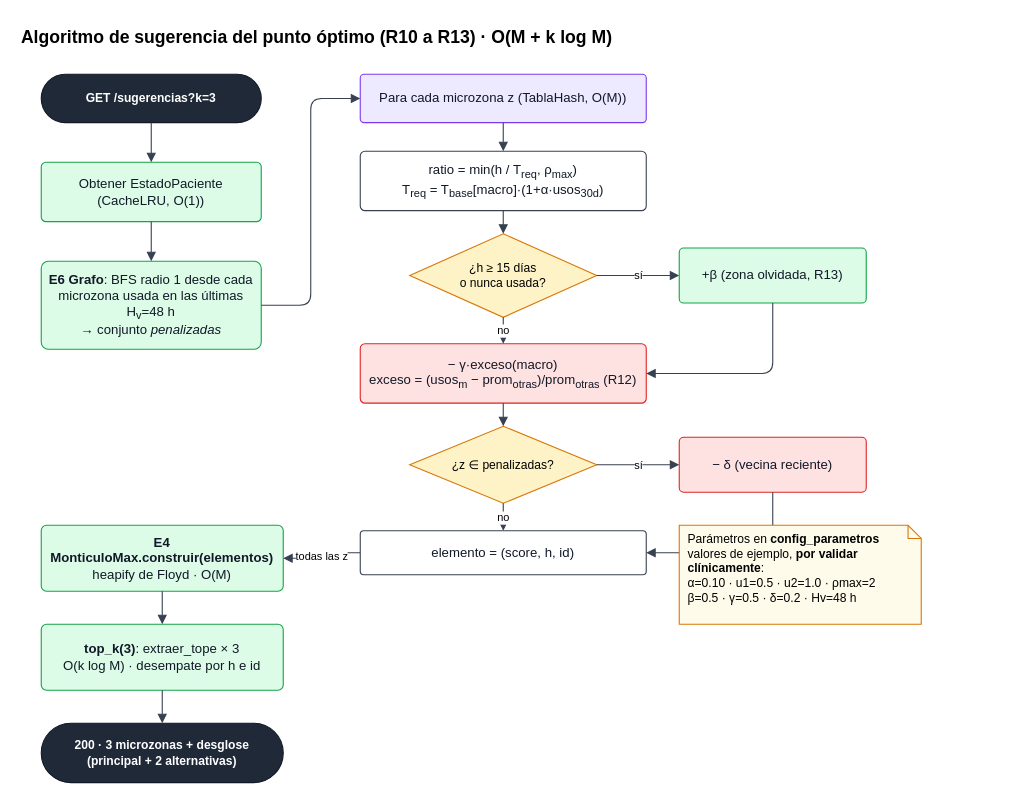
The draw.io diagram docs/images/flujo-sugerencia.drawio in NicoalsD/Insumap-backend, before the edit. Source tidied: cells renumbered, new cells numbered last; positions are measured from the earlier drawing's top-left corner, leaving out a move shared by most shapes. Both pictures are drawn from the tidied source at 110%, with x=0, y=0 at pixel (19, 19).
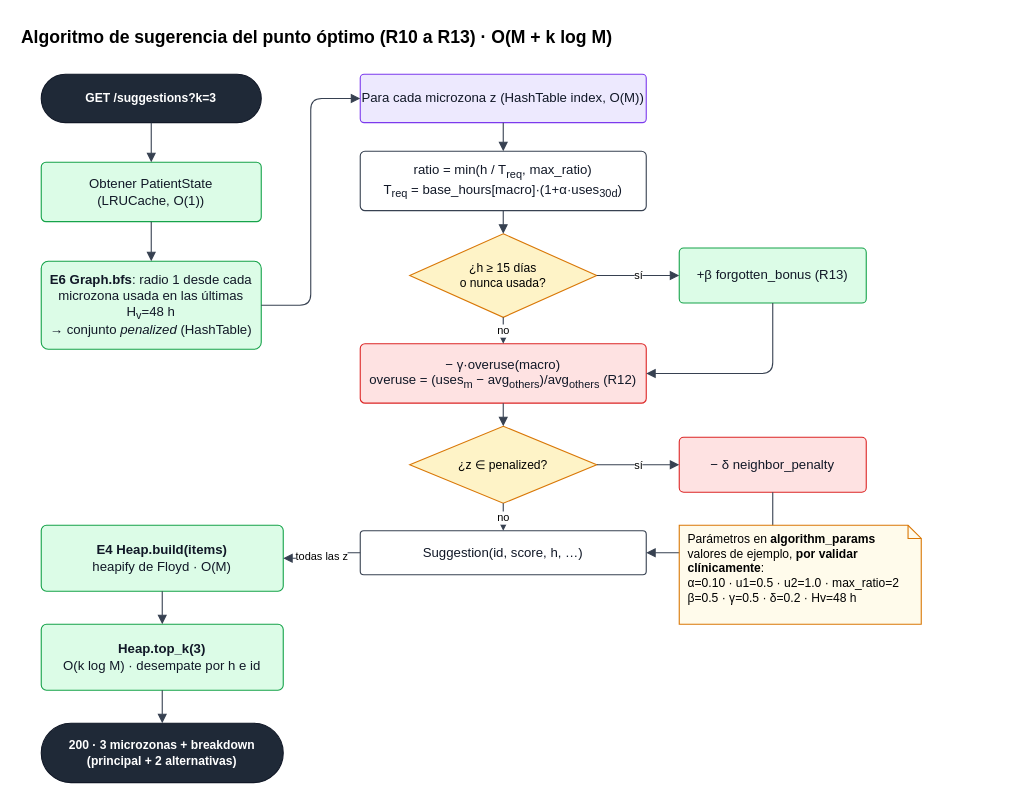
After the change.

Diff of the diagram source:
```diff
@@
-    <mxCell id="3" value="GET /sugerencias?k=3" style="rounded=1;arcSize=50;whiteSpace=wrap;html=1;fillColor=#1F2937;strokeColor=#111827;fontColor=#FFFFFF;fontFamily=Helvetica;fontSize=11;fontStyle=1;" parent="1" vertex="1">
+    <mxCell id="3" value="GET /suggestions?k=3" style="rounded=1;arcSize=50;whiteSpace=wrap;html=1;fillColor=#1F2937;strokeColor=#111827;fontColor=#FFFFFF;fontFamily=Helvetica;fontSize=11;fontStyle=1;" parent="1" vertex="1">
       <mxGeometry x="20" y="50" width="200" height="44" as="geometry" />
     </mxCell>
-    <mxCell id="4" value="Obtener EstadoPaciente&lt;br&gt;(CacheLRU, O(1))" style="rounded=1;whiteSpace=wrap;html=1;arcSize=8;fillColor=#DCFCE7;strokeColor=#16A34A;fontColor=#111827;fontFamily=Helvetica;fontSize=12;" parent="1" vertex="1">
+    <mxCell id="4" value="Obtener PatientState&lt;br&gt;(LRUCache, O(1))" style="rounded=1;whiteSpace=wrap;html=1;arcSize=8;fillColor=#DCFCE7;strokeColor=#16A34A;fontColor=#111827;fontFamily=Helvetica;fontSize=12;" parent="1" vertex="1">
       <mxGeometry x="20" y="130" width="200" height="54" as="geometry" />
     </mxCell>
-    <mxCell id="5" value="&lt;b&gt;E6 Grafo&lt;/b&gt;: BFS radio 1 desde cada&lt;br&gt;microzona usada en las últimas H&lt;sub&gt;v&lt;/sub&gt;=48 h&lt;br&gt;→ conjunto &lt;i&gt;penalizadas&lt;/i&gt;" style="rounded=1;whiteSpace=wrap;html=1;arcSize=8;fillColor=#DCFCE7;strokeColor=#16A34A;fontColor=#111827;fontFamily=Helvetica;fontSize=12;" parent="1" vertex="1">
+    <mxCell id="5" value="&lt;b&gt;E6 Graph.bfs&lt;/b&gt;: radio 1 desde cada&lt;br&gt;microzona usada en las últimas H&lt;sub&gt;v&lt;/sub&gt;=48 h&lt;br&gt;→ conjunto &lt;i&gt;penalized&lt;/i&gt; (HashTable)" style="rounded=1;whiteSpace=wrap;html=1;arcSize=8;fillColor=#DCFCE7;strokeColor=#16A34A;fontColor=#111827;fontFamily=Helvetica;fontSize=12;" parent="1" vertex="1">
       <mxGeometry x="20" y="220" width="200" height="80" as="geometry" />
     </mxCell>
-    <mxCell id="6" value="Para cada microzona z (TablaHash, O(M))" style="rounded=1;whiteSpace=wrap;html=1;arcSize=8;fillColor=#EDE9FE;strokeColor=#7C3AED;fontColor=#111827;fontFamily=Helvetica;fontSize=12;" parent="1" vertex="1">
+    <mxCell id="6" value="Para cada microzona z (HashTable index, O(M))" style="rounded=1;whiteSpace=wrap;html=1;arcSize=8;fillColor=#EDE9FE;strokeColor=#7C3AED;fontColor=#111827;fontFamily=Helvetica;fontSize=12;" parent="1" vertex="1">
       <mxGeometry x="310" y="50" width="260" height="44" as="geometry" />
     </mxCell>
-    <mxCell id="7" value="ratio = min(h / T&lt;sub&gt;req&lt;/sub&gt;, ρ&lt;sub&gt;max&lt;/sub&gt;)&lt;br&gt;T&lt;sub&gt;req&lt;/sub&gt; = T&lt;sub&gt;base&lt;/sub&gt;[macro]·(1+α·usos&lt;sub&gt;30d&lt;/sub&gt;)" style="rounded=1;whiteSpace=wrap;html=1;arcSize=8;fillColor=#FFFFFF;strokeColor=#374151;fontColor=#111827;fontFamily=Helvetica;fontSize=12;" parent="1" vertex="1">
+    <mxCell id="7" value="ratio = min(h / T&lt;sub&gt;req&lt;/sub&gt;, max_ratio)&lt;br&gt;T&lt;sub&gt;req&lt;/sub&gt; = base_hours[macro]·(1+α·uses&lt;sub&gt;30d&lt;/sub&gt;)" style="rounded=1;whiteSpace=wrap;html=1;arcSize=8;fillColor=#FFFFFF;strokeColor=#374151;fontColor=#111827;fontFamily=Helvetica;fontSize=12;" parent="1" vertex="1">
       <mxGeometry x="310" y="120" width="260" height="54" as="geometry" />
     </mxCell>
@@
-    <mxCell id="9" value="+β (zona olvidada, R13)" style="rounded=1;whiteSpace=wrap;html=1;arcSize=8;fillColor=#DCFCE7;strokeColor=#16A34A;fontColor=#111827;fontFamily=Helvetica;fontSize=12;" parent="1" vertex="1">
+    <mxCell id="9" value="+β forgotten_bonus (R13)" style="rounded=1;whiteSpace=wrap;html=1;arcSize=8;fillColor=#DCFCE7;strokeColor=#16A34A;fontColor=#111827;fontFamily=Helvetica;fontSize=12;" parent="1" vertex="1">
       <mxGeometry x="600" y="208" width="170" height="50" as="geometry" />
     </mxCell>
-    <mxCell id="10" value="− γ·exceso(macro)&lt;br&gt;exceso = (usos&lt;sub&gt;m&lt;/sub&gt; − prom&lt;sub&gt;otras&lt;/sub&gt;)/prom&lt;sub&gt;otras&lt;/sub&gt; (R12)" style="rounded=1;whiteSpace=wrap;html=1;arcSize=8;fillColor=#FEE2E2;strokeColor=#DC2626;fontColor=#111827;fontFamily=Helvetica;fontSize=12;" parent="1" vertex="1">
+    <mxCell id="10" value="− γ·overuse(macro)&lt;br&gt;overuse = (uses&lt;sub&gt;m&lt;/sub&gt; − avg&lt;sub&gt;others&lt;/sub&gt;)/avg&lt;sub&gt;others&lt;/sub&gt; (R12)" style="rounded=1;whiteSpace=wrap;html=1;arcSize=8;fillColor=#FEE2E2;strokeColor=#DC2626;fontColor=#111827;fontFamily=Helvetica;fontSize=12;" parent="1" vertex="1">
       <mxGeometry x="310" y="295" width="260" height="54" as="geometry" />
     </mxCell>
-    <mxCell id="11" value="¿z ∈ penalizadas?" style="rhombus;whiteSpace=wrap;html=1;fillColor=#FEF3C7;strokeColor=#D97706;fontFamily=Helvetica;fontSize=11;" parent="1" vertex="1">
+    <mxCell id="11" value="¿z ∈ penalized?" style="rhombus;whiteSpace=wrap;html=1;fillColor=#FEF3C7;strokeColor=#D97706;fontFamily=Helvetica;fontSize=11;" parent="1" vertex="1">
       <mxGeometry x="355" y="370" width="170" height="70" as="geometry" />
     </mxCell>
-    <mxCell id="12" value="− δ (vecina reciente)" style="rounded=1;whiteSpace=wrap;html=1;arcSize=8;fillColor=#FEE2E2;strokeColor=#DC2626;fontColor=#111827;fontFamily=Helvetica;fontSize=12;" parent="1" vertex="1">
+    <mxCell id="12" value="− δ neighbor_penalty" style="rounded=1;whiteSpace=wrap;html=1;arcSize=8;fillColor=#FEE2E2;strokeColor=#DC2626;fontColor=#111827;fontFamily=Helvetica;fontSize=12;" parent="1" vertex="1">
       <mxGeometry x="600" y="380" width="170" height="50" as="geometry" />
     </mxCell>
-    <mxCell id="13" value="elemento = (score, h, id)" style="rounded=1;whiteSpace=wrap;html=1;arcSize=8;fillColor=#FFFFFF;strokeColor=#374151;fontColor=#111827;fontFamily=Helvetica;fontSize=12;" parent="1" vertex="1">
+    <mxCell id="13" value="Suggestion(id, score, h, …)" style="rounded=1;whiteSpace=wrap;html=1;arcSize=8;fillColor=#FFFFFF;strokeColor=#374151;fontColor=#111827;fontFamily=Helvetica;fontSize=12;" parent="1" vertex="1">
       <mxGeometry x="310" y="465" width="260" height="40" as="geometry" />
     </mxCell>
-    <mxCell id="14" value="&lt;b&gt;E4 MonticuloMax.construir(elementos)&lt;/b&gt;&lt;br&gt;heapify de Floyd · O(M)" style="rounded=1;whiteSpace=wrap;html=1;arcSize=8;fillColor=#DCFCE7;strokeColor=#16A34A;fontColor=#111827;fontFamily=Helvetica;fontSize=12;" parent="1" vertex="1">
+    <mxCell id="14" value="&lt;b&gt;E4 Heap.build(items)&lt;/b&gt;&lt;br&gt;heapify de Floyd · O(M)" style="rounded=1;whiteSpace=wrap;html=1;arcSize=8;fillColor=#DCFCE7;strokeColor=#16A34A;fontColor=#111827;fontFamily=Helvetica;fontSize=12;" parent="1" vertex="1">
       <mxGeometry x="20" y="460" width="220" height="60" as="geometry" />
     </mxCell>
-    <mxCell id="15" value="&lt;b&gt;top_k(3)&lt;/b&gt;: extraer_tope × 3&lt;br&gt;O(k log M) · desempate por h e id" style="rounded=1;whiteSpace=wrap;html=1;arcSize=8;fillColor=#DCFCE7;strokeColor=#16A34A;fontColor=#111827;fontFamily=Helvetica;fontSize=12;" parent="1" vertex="1">
+    <mxCell id="15" value="&lt;b&gt;Heap.top_k(3)&lt;/b&gt;&lt;br&gt;O(k log M) · desempate por h e id" style="rounded=1;whiteSpace=wrap;html=1;arcSize=8;fillColor=#DCFCE7;strokeColor=#16A34A;fontColor=#111827;fontFamily=Helvetica;fontSize=12;" parent="1" vertex="1">
       <mxGeometry x="20" y="550" width="220" height="60" as="geometry" />
     </mxCell>
-    <mxCell id="16" value="200 · 3 microzonas + desglose&lt;br&gt;(principal + 2 alternativas)" style="rounded=1;arcSize=50;whiteSpace=wrap;html=1;fillColor=#1F2937;strokeColor=#111827;fontColor=#FFFFFF;fontFamily=Helvetica;fontSize=11;fontStyle=1;" parent="1" vertex="1">
+    <mxCell id="16" value="200 · 3 microzonas + breakdown&lt;br&gt;(principal + 2 alternativas)" style="rounded=1;arcSize=50;whiteSpace=wrap;html=1;fillColor=#1F2937;strokeColor=#111827;fontColor=#FFFFFF;fontFamily=Helvetica;fontSize=11;fontStyle=1;" parent="1" vertex="1">
       <mxGeometry x="20" y="640" width="220" height="54" as="geometry" />
     </mxCell>
@@
-    <mxCell id="32" value="Parámetros en &lt;b&gt;config_parametros&lt;/b&gt;&lt;br&gt;valores de ejemplo, &lt;b&gt;por validar clínicamente&lt;/b&gt;:&lt;br&gt;α=0.10 · u1=0.5 · u2=1.0 · ρmax=2&lt;br&gt;β=0.5 · γ=0.5 · δ=0.2 · Hv=48 h" style="shape=note;size=12;whiteSpace=wrap;html=1;fillColor=#FFFBEB;strokeColor=#D97706;fontFamily=Helvetica;fontSize=11;align=left;spacingLeft=6;verticalAlign=top;" parent="1" vertex="1">
+    <mxCell id="32" value="Parámetros en &lt;b&gt;algorithm_params&lt;/b&gt;&lt;br&gt;valores de ejemplo, &lt;b&gt;por validar clínicamente&lt;/b&gt;:&lt;br&gt;α=0.10 · u1=0.5 · u2=1.0 · max_ratio=2&lt;br&gt;β=0.5 · γ=0.5 · δ=0.2 · Hv=48 h" style="shape=note;size=12;whiteSpace=wrap;html=1;fillColor=#FFFBEB;strokeColor=#D97706;fontFamily=Helvetica;fontSize=11;align=left;spacingLeft=6;verticalAlign=top;" parent="1" vertex="1">
       <mxGeometry x="600" y="460" width="220" height="90" as="geometry" />
     </mxCell>
```
